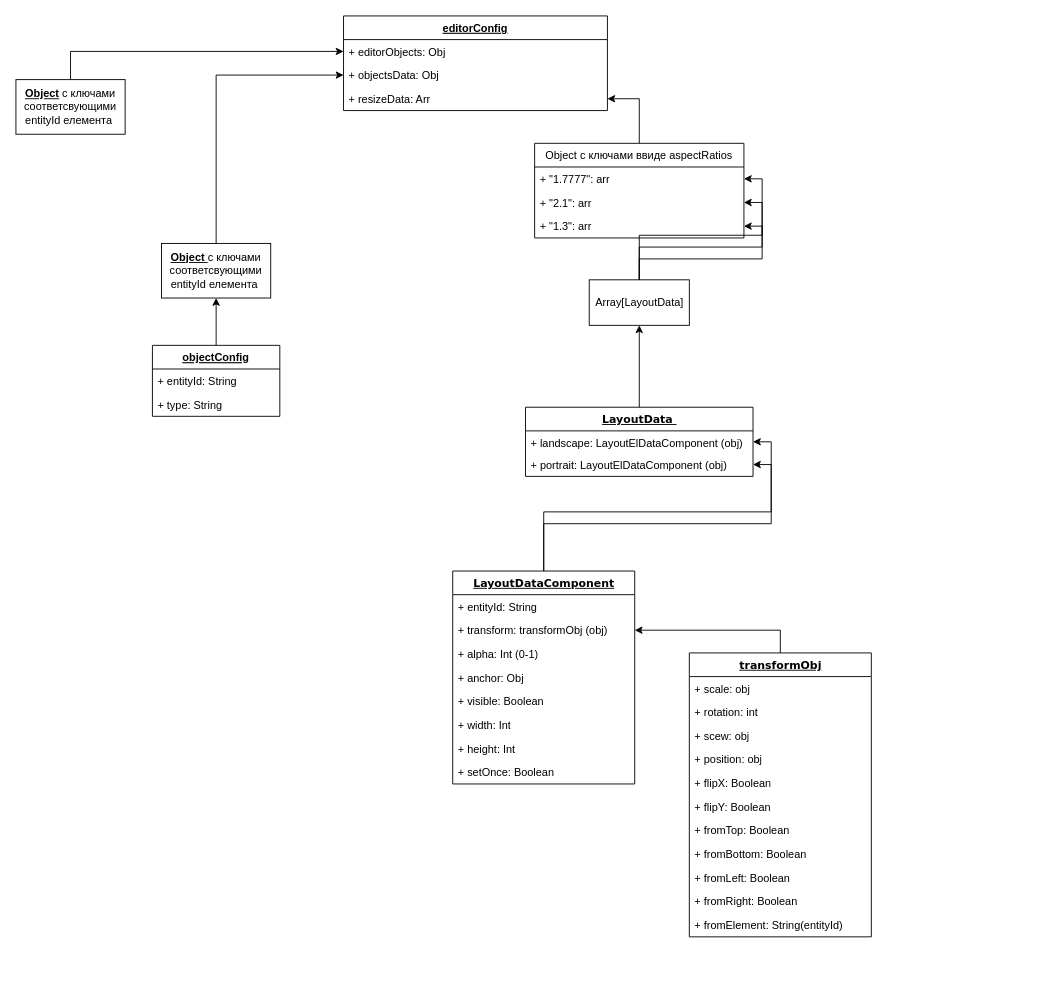
This is Transform data save format.drawio from MatthewKarpenko/LayoutEditor-diagrams, a draw.io file, before an edit. Source tidied: cells renumbered, new cells numbered last; positions are measured from the earlier drawing's top-left corner, leaving out a move shared by most shapes. Both pictures are drawn from the tidied source at 91%, with x=0, y=0 at pixel (15, 15).
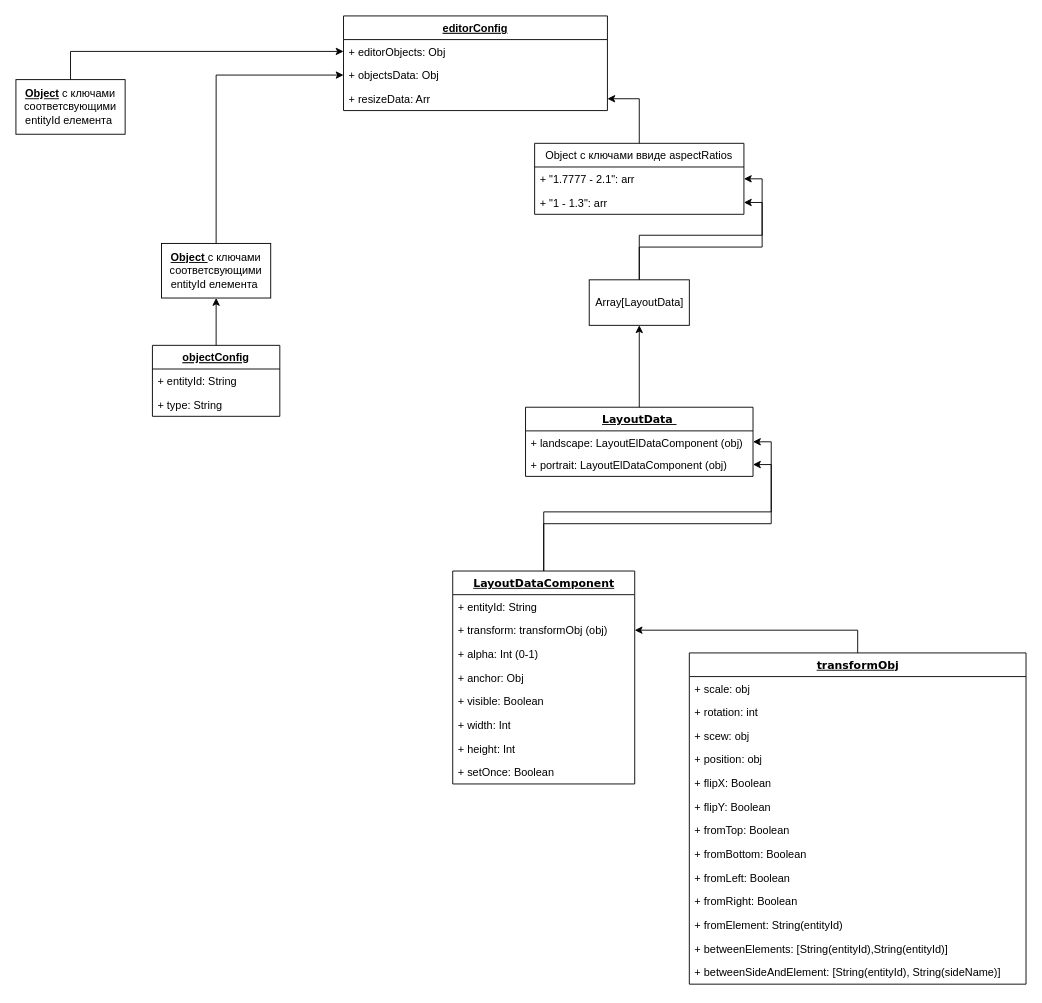
The same page after the edit.

Unchanged cells that the change refers to:
```xml
<mxCell id="36" value="Array[LayoutData]" style="html=1;fontColor=#000000;" parent="1" vertex="1">
  <mxGeometry x="630" y="290" width="110" height="50" as="geometry" />
</mxCell>
```

What changed in the source:
```diff
@@
     <mxCell id="17" value="&lt;u&gt;transformObj&lt;/u&gt;" style="swimlane;html=1;fontStyle=1;align=center;verticalAlign=top;horizontal=1;startSize=26;swimlaneFillColor=#ffffff;rounded=0;shadow=0;comic=0;labelBackgroundColor=none;strokeWidth=1;fillColor=none;fontFamily=Verdana;fontSize=12;" parent="1" vertex="1">
-      <mxGeometry x="740" y="700" width="200" height="312" as="geometry" />
+      <mxGeometry x="740" y="700" width="370" height="364" as="geometry" />
     </mxCell>
     <mxCell id="18" value="+ scale: obj" style="text;html=1;strokeColor=none;fillColor=none;align=left;verticalAlign=top;spacingLeft=4;spacingRight=4;whiteSpace=wrap;overflow=hidden;" parent="17" vertex="1">
-      <mxGeometry y="26" width="200" height="26" as="geometry" />
+      <mxGeometry y="26" width="370" height="26" as="geometry" />
     </mxCell>
     <mxCell id="19" value="+ rotation: int" style="text;html=1;strokeColor=none;fillColor=none;align=left;verticalAlign=top;spacingLeft=4;spacingRight=4;whiteSpace=wrap;overflow=hidden;" parent="17" vertex="1">
-      <mxGeometry y="52" width="200" height="26" as="geometry" />
+      <mxGeometry y="52" width="370" height="26" as="geometry" />
     </mxCell>
     <mxCell id="20" value="+ scew: obj" style="text;html=1;strokeColor=none;fillColor=none;align=left;verticalAlign=top;spacingLeft=4;spacingRight=4;whiteSpace=wrap;overflow=hidden;" parent="17" vertex="1">
-      <mxGeometry y="78" width="200" height="26" as="geometry" />
+      <mxGeometry y="78" width="370" height="26" as="geometry" />
     </mxCell>
     <mxCell id="21" value="+ position: obj" style="text;html=1;strokeColor=none;fillColor=none;align=left;verticalAlign=top;spacingLeft=4;spacingRight=4;whiteSpace=wrap;overflow=hidden;" parent="17" vertex="1">
-      <mxGeometry y="104" width="200" height="26" as="geometry" />
+      <mxGeometry y="104" width="370" height="26" as="geometry" />
     </mxCell>
     <mxCell id="22" value="+ flipX: Boolean" style="text;html=1;strokeColor=none;fillColor=none;align=left;verticalAlign=top;spacingLeft=4;spacingRight=4;whiteSpace=wrap;overflow=hidden;" parent="17" vertex="1">
-      <mxGeometry y="130" width="200" height="26" as="geometry" />
+      <mxGeometry y="130" width="370" height="26" as="geometry" />
     </mxCell>
     <mxCell id="23" value="+ flipY: Boolean" style="text;html=1;strokeColor=none;fillColor=none;align=left;verticalAlign=top;spacingLeft=4;spacingRight=4;whiteSpace=wrap;overflow=hidden;" parent="17" vertex="1">
-      <mxGeometry y="156" width="200" height="26" as="geometry" />
+      <mxGeometry y="156" width="370" height="26" as="geometry" />
     </mxCell>
     <mxCell id="24" value="+ fromTop: Boolean" style="text;html=1;strokeColor=none;fillColor=none;align=left;verticalAlign=top;spacingLeft=4;spacingRight=4;whiteSpace=wrap;overflow=hidden;" parent="17" vertex="1">
-      <mxGeometry y="182" width="200" height="26" as="geometry" />
+      <mxGeometry y="182" width="370" height="26" as="geometry" />
     </mxCell>
     <mxCell id="25" value="+ fromBottom: Boolean" style="text;html=1;strokeColor=none;fillColor=none;align=left;verticalAlign=top;spacingLeft=4;spacingRight=4;whiteSpace=wrap;overflow=hidden;" parent="17" vertex="1">
-      <mxGeometry y="208" width="200" height="26" as="geometry" />
+      <mxGeometry y="208" width="370" height="26" as="geometry" />
     </mxCell>
     <mxCell id="26" value="+ fromLeft: Boolean" style="text;html=1;strokeColor=none;fillColor=none;align=left;verticalAlign=top;spacingLeft=4;spacingRight=4;whiteSpace=wrap;overflow=hidden;" parent="17" vertex="1">
-      <mxGeometry y="234" width="200" height="26" as="geometry" />
+      <mxGeometry y="234" width="370" height="26" as="geometry" />
     </mxCell>
     <mxCell id="27" value="+ fromRight: Boolean" style="text;html=1;strokeColor=none;fillColor=none;align=left;verticalAlign=top;spacingLeft=4;spacingRight=4;whiteSpace=wrap;overflow=hidden;" parent="17" vertex="1">
-      <mxGeometry y="260" width="200" height="26" as="geometry" />
+      <mxGeometry y="260" width="370" height="26" as="geometry" />
     </mxCell>
     <mxCell id="28" value="+ fromElement: String(entityId)" style="text;html=1;strokeColor=none;fillColor=none;align=left;verticalAlign=top;spacingLeft=4;spacingRight=4;whiteSpace=wrap;overflow=hidden;" parent="17" vertex="1">
-      <mxGeometry y="286" width="200" height="26" as="geometry" />
+      <mxGeometry y="286" width="370" height="26" as="geometry" />
     </mxCell>
+    <mxCell id="51" value="+ betweenElements: [String(entityId),String(entityId)]" style="text;html=1;strokeColor=none;fillColor=none;align=left;verticalAlign=top;spacingLeft=4;spacingRight=4;whiteSpace=wrap;overflow=hidden;" parent="17" vertex="1">
+      <mxGeometry y="312" width="370" height="26" as="geometry" />
+    </mxCell>
+    <mxCell id="52" value="+ betweenSideAndElement: [String(entityId), String(sideName)]" style="text;html=1;strokeColor=none;fillColor=none;align=left;verticalAlign=top;spacingLeft=4;spacingRight=4;whiteSpace=wrap;overflow=hidden;" parent="17" vertex="1">
+      <mxGeometry y="338" width="370" height="26" as="geometry" />
+    </mxCell>
@@
     <mxCell id="45" value="Object с ключами ввиде aspectRatios" style="swimlane;fontStyle=0;horizontal=1;startSize=26;fillColor=none;" parent="1" vertex="1">
-      <mxGeometry x="570" y="140" width="230" height="104" as="geometry" />
+      <mxGeometry x="570" y="140" width="230" height="78" as="geometry" />
     </mxCell>
-    <mxCell id="46" value="+ &quot;1.7777&quot;: arr" style="text;strokeColor=none;fillColor=none;align=left;verticalAlign=top;spacingLeft=4;spacingRight=4;overflow=hidden;points=[[0,0.5],[1,0.5]];portConstraint=eastwest;" parent="45" vertex="1">
+    <mxCell id="46" value="+ &quot;1.7777 - 2.1&quot;: arr" style="text;strokeColor=none;fillColor=none;align=left;verticalAlign=top;spacingLeft=4;spacingRight=4;overflow=hidden;points=[[0,0.5],[1,0.5]];portConstraint=eastwest;" parent="45" vertex="1">
       <mxGeometry y="26" width="230" height="26" as="geometry" />
     </mxCell>
-    <mxCell id="47" value="+ &quot;2.1&quot;: arr" style="text;strokeColor=none;fillColor=none;align=left;verticalAlign=top;spacingLeft=4;spacingRight=4;overflow=hidden;points=[[0,0.5],[1,0.5]];portConstraint=eastwest;" parent="45" vertex="1">
-      <mxGeometry y="52" width="230" height="26" as="geometry" />
-    </mxCell>
-    <mxCell id="48" value="+ &quot;1.3&quot;: arr" style="text;strokeColor=none;fillColor=none;align=left;verticalAlign=top;spacingLeft=4;spacingRight=4;overflow=hidden;points=[[0,0.5],[1,0.5]];portConstraint=eastwest;" parent="45" vertex="1">
-      <mxGeometry y="78" width="230" height="26" as="geometry" />
+    <mxCell id="48" value="+ &quot;1 - 1.3&quot;: arr" style="text;strokeColor=none;fillColor=none;align=left;verticalAlign=top;spacingLeft=4;spacingRight=4;overflow=hidden;points=[[0,0.5],[1,0.5]];portConstraint=eastwest;" parent="45" vertex="1">
+      <mxGeometry y="52" width="230" height="26" as="geometry" />
     </mxCell>
-    <mxCell id="49" style="edgeStyle=orthogonalEdgeStyle;rounded=0;jettySize=auto;html=1;exitX=0.5;exitY=0;exitDx=0;exitDy=0;entryX=1;entryY=0.5;entryDx=0;entryDy=0;" parent="1" edge="1" source="36" target="47">
-      <mxGeometry relative="1" as="geometry" />
-    </mxCell>
```
